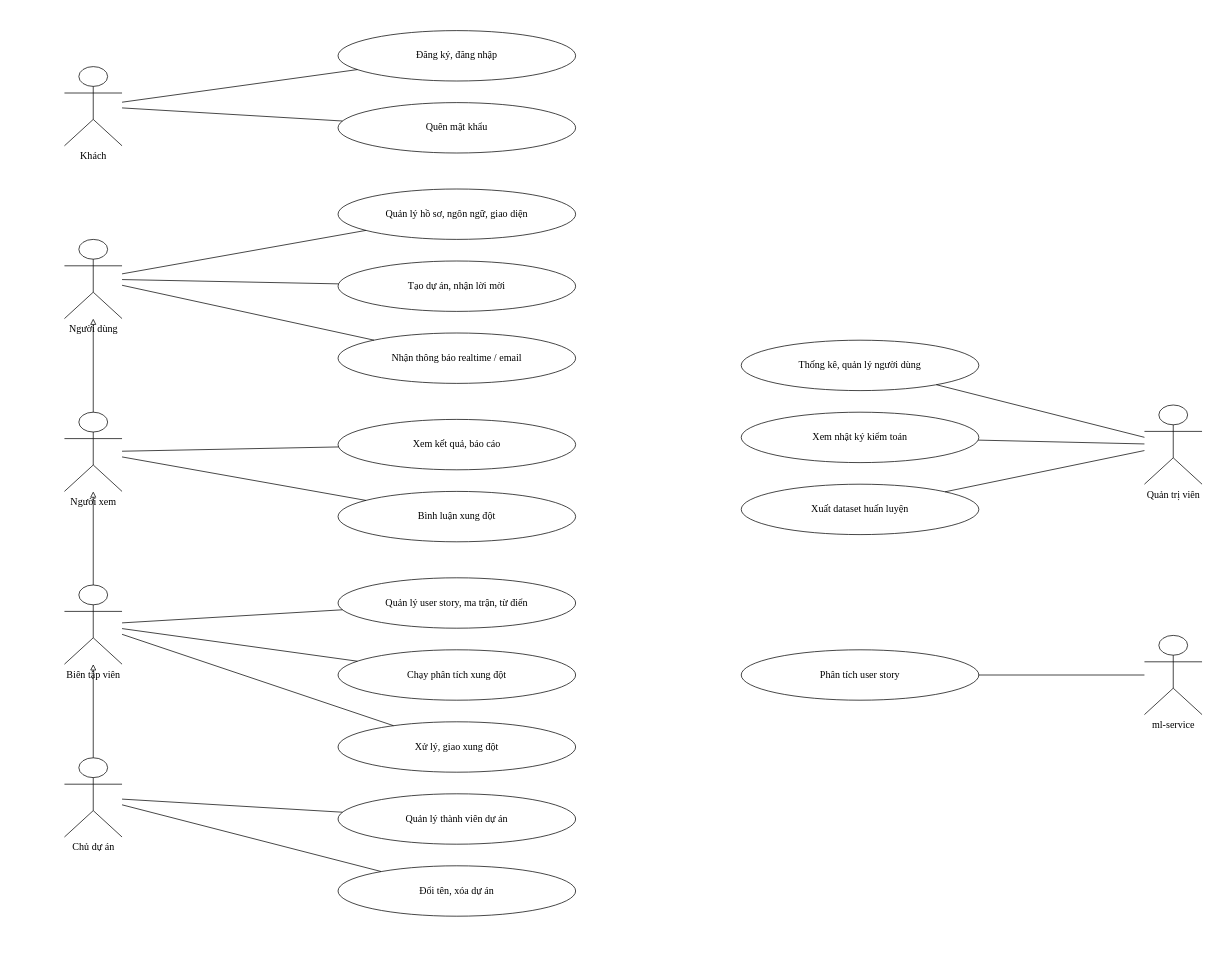
This is page "Hình 2.1. Biểu đồ use case tổng quát" (2 of 29) of docs/bao-cao/bieu-do-bao-cao.drawio from nguyentrongtuyen3101/HYBRID-ACCHECK, a draw.io file, before an edit. Source tidied: cells renumbered, new cells numbered last; positions are measured from the earlier drawing's top-left corner, leaving out a move shared by most shapes. Both pictures are drawn from the tidied source at 72%, with x=0, y=0 at pixel (64, 30).
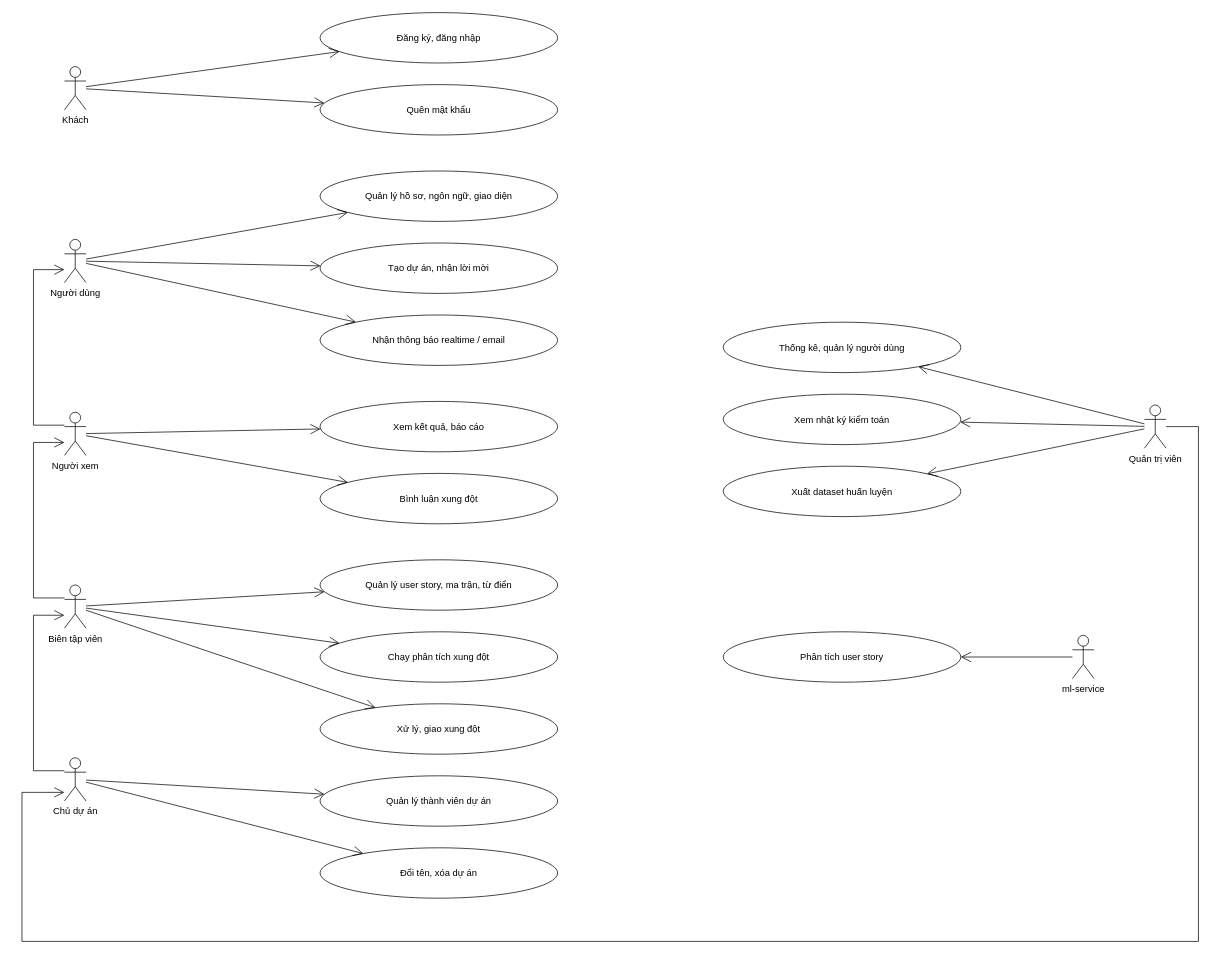
After the change.

Commit message (it also covers changes not shown here):
Báo cáo: vẽ lại 29 biểu đồ theo style UML mẫu mới, cập nhật thư mục reqsentinel

- bieu-do-bao-cao.drawio: use case/hoạt động/trình tự (BCE)/lớp/CSDL/kiến trúc/triển khai
  vẽ lại đen trắng, font mặc định, mũi tên mở; nội dung giữ nguyên
- docx: thay ảnh Hình 1.2, 2.1–2.27, 3.1; tính lại số trang mục lục/danh mục (86 trang)
- sửa 2 câu hướng dẫn triển khai: deploy/ -> reqsentinel/, lệnh ./reqsentinel/up.sh

The edit, as a diff of the source:
```diff
@@
-    <mxCell id="2" value="Khách" style="fontFamily=Times New Roman;fontSize=14;shape=umlActor;verticalLabelPosition=bottom;verticalAlign=top;html=1;outlineConnect=0;" parent="1" vertex="1">
-      <mxGeometry y="50" width="80" height="110" as="geometry" />
+    <mxCell id="2" value="Khách" style="shape=umlActor;verticalLabelPosition=bottom;verticalAlign=top;html=1;outlineConnect=0;fontSize=13;" parent="1" vertex="1">
+      <mxGeometry y="50" width="30" height="60" as="geometry" />
     </mxCell>
-    <mxCell id="3" value="Người dùng" style="fontFamily=Times New Roman;fontSize=14;shape=umlActor;verticalLabelPosition=bottom;verticalAlign=top;html=1;outlineConnect=0;" parent="1" vertex="1">
-      <mxGeometry y="290" width="80" height="110" as="geometry" />
+    <mxCell id="3" value="Người dùng" style="shape=umlActor;verticalLabelPosition=bottom;verticalAlign=top;html=1;outlineConnect=0;fontSize=13;" parent="1" vertex="1">
+      <mxGeometry y="290" width="30" height="60" as="geometry" />
     </mxCell>
-    <mxCell id="4" value="Người xem" style="fontFamily=Times New Roman;fontSize=14;shape=umlActor;verticalLabelPosition=bottom;verticalAlign=top;html=1;outlineConnect=0;" parent="1" vertex="1">
-      <mxGeometry y="530" width="80" height="110" as="geometry" />
+    <mxCell id="4" value="Người xem" style="shape=umlActor;verticalLabelPosition=bottom;verticalAlign=top;html=1;outlineConnect=0;fontSize=13;" parent="1" vertex="1">
+      <mxGeometry y="530" width="30" height="60" as="geometry" />
     </mxCell>
-    <mxCell id="5" value="Biên tập viên" style="fontFamily=Times New Roman;fontSize=14;shape=umlActor;verticalLabelPosition=bottom;verticalAlign=top;html=1;outlineConnect=0;" parent="1" vertex="1">
-      <mxGeometry y="770" width="80" height="110" as="geometry" />
+    <mxCell id="5" value="Biên tập viên" style="shape=umlActor;verticalLabelPosition=bottom;verticalAlign=top;html=1;outlineConnect=0;fontSize=13;" parent="1" vertex="1">
+      <mxGeometry y="770" width="30" height="60" as="geometry" />
     </mxCell>
-    <mxCell id="6" value="Chủ dự án" style="fontFamily=Times New Roman;fontSize=14;shape=umlActor;verticalLabelPosition=bottom;verticalAlign=top;html=1;outlineConnect=0;" parent="1" vertex="1">
-      <mxGeometry y="1010" width="80" height="110" as="geometry" />
+    <mxCell id="6" value="Chủ dự án" style="shape=umlActor;verticalLabelPosition=bottom;verticalAlign=top;html=1;outlineConnect=0;fontSize=13;" parent="1" vertex="1">
+      <mxGeometry y="1010" width="30" height="60" as="geometry" />
     </mxCell>
-    <mxCell id="7" value="Quản trị viên" style="fontFamily=Times New Roman;fontSize=14;shape=umlActor;verticalLabelPosition=bottom;verticalAlign=top;html=1;outlineConnect=0;" parent="1" vertex="1">
-      <mxGeometry x="1500" y="520" width="80" height="110" as="geometry" />
+    <mxCell id="7" value="Quản trị viên" style="shape=umlActor;verticalLabelPosition=bottom;verticalAlign=top;html=1;outlineConnect=0;fontSize=13;" parent="1" vertex="1">
+      <mxGeometry x="1500" y="520" width="30" height="60" as="geometry" />
     </mxCell>
-    <mxCell id="8" value="ml-service" style="fontFamily=Times New Roman;fontSize=14;shape=umlActor;verticalLabelPosition=bottom;verticalAlign=top;html=1;outlineConnect=0;" parent="1" vertex="1">
-      <mxGeometry x="1500" y="840" width="80" height="110" as="geometry" />
+    <mxCell id="8" value="ml-service" style="shape=umlActor;verticalLabelPosition=bottom;verticalAlign=top;html=1;outlineConnect=0;fontSize=13;" parent="1" vertex="1">
+      <mxGeometry x="1400" y="840" width="30" height="60" as="geometry" />
     </mxCell>
-    <mxCell id="9" style="fontFamily=Times New Roman;fontSize=14;edgeStyle=orthogonalEdgeStyle;rounded=0;jettySize=auto;html=1;endArrow=block;endFill=0;strokeColor=#000000;strokeWidth=1;" parent="1" edge="1" source="6" target="5">
-      <mxGeometry relative="1" as="geometry" />
+    <mxCell id="9" style="endArrow=open;endFill=1;endSize=12;html=1;rounded=0;edgeStyle=orthogonalEdgeStyle;exitX=1;exitY=0.5;entryX=0;entryY=0.8;" parent="1" edge="1" source="7" target="6">
+      <mxGeometry relative="1" as="geometry">
+        <Array as="points">
+          <mxPoint x="1575" y="550" />
+          <mxPoint x="1575" y="1265" />
+          <mxPoint x="-59" y="1265" />
+          <mxPoint x="-59" y="1058" />
+        </Array>
+      </mxGeometry>
     </mxCell>
-    <mxCell id="10" style="fontFamily=Times New Roman;fontSize=14;edgeStyle=orthogonalEdgeStyle;rounded=0;jettySize=auto;html=1;endArrow=block;endFill=0;strokeColor=#000000;strokeWidth=1;" parent="1" edge="1" source="5" target="4">
-      <mxGeometry relative="1" as="geometry" />
+    <mxCell id="10" style="endArrow=open;endFill=1;endSize=12;html=1;rounded=0;edgeStyle=orthogonalEdgeStyle;exitX=0;exitY=0.3;entryX=0;entryY=0.7;" parent="1" edge="1" source="6" target="5">
+      <mxGeometry relative="1" as="geometry">
+        <Array as="points">
+          <mxPoint x="-43" y="1028" />
+          <mxPoint x="-43" y="812" />
+        </Array>
+      </mxGeometry>
     </mxCell>
-    <mxCell id="11" style="fontFamily=Times New Roman;fontSize=14;edgeStyle=orthogonalEdgeStyle;rounded=0;jettySize=auto;html=1;endArrow=block;endFill=0;strokeColor=#000000;strokeWidth=1;" parent="1" edge="1" source="4" target="3">
-      <mxGeometry relative="1" as="geometry" />
+    <mxCell id="11" style="endArrow=open;endFill=1;endSize=12;html=1;rounded=0;edgeStyle=orthogonalEdgeStyle;exitX=0;exitY=0.3;entryX=0;entryY=0.7;" parent="1" edge="1" source="5" target="4">
+      <mxGeometry relative="1" as="geometry">
+        <Array as="points">
+          <mxPoint x="-43" y="788" />
+          <mxPoint x="-43" y="572" />
+        </Array>
+      </mxGeometry>
     </mxCell>
-    <mxCell id="12" value="Đăng ký, đăng nhập" style="fontFamily=Times New Roman;fontSize=14;whiteSpace=wrap;html=1;align=center;verticalAlign=middle;ellipse;fillColor=#ffffff;strokeColor=#000000;strokeWidth=1;" parent="1" vertex="1">
-      <mxGeometry x="380" width="330" height="70" as="geometry" />
+    <mxCell id="12" style="endArrow=open;endFill=1;endSize=12;html=1;rounded=0;edgeStyle=orthogonalEdgeStyle;exitX=0;exitY=0.3;entryX=0;entryY=0.7;" parent="1" edge="1" source="4" target="3">
+      <mxGeometry relative="1" as="geometry">
+        <Array as="points">
+          <mxPoint x="-43" y="548" />
+          <mxPoint x="-43" y="332" />
+        </Array>
+      </mxGeometry>
     </mxCell>
-    <mxCell id="13" style="fontFamily=Times New Roman;fontSize=14;rounded=0;jettySize=auto;html=1;endArrow=none;strokeColor=#000000;strokeWidth=1;" parent="1" edge="1" source="2" target="12">
-      <mxGeometry relative="1" as="geometry" />
+    <mxCell id="13" value="Đăng ký, đăng nhập" style="ellipse;whiteSpace=wrap;html=1;fontSize=13;" parent="1" vertex="1">
+      <mxGeometry x="355" y="-25" width="330" height="70" as="geometry" />
     </mxCell>
-    <mxCell id="14" value="Quên mật khẩu" style="fontFamily=Times New Roman;fontSize=14;whiteSpace=wrap;html=1;align=center;verticalAlign=middle;ellipse;fillColor=#ffffff;strokeColor=#000000;strokeWidth=1;" parent="1" vertex="1">
-      <mxGeometry x="380" y="100" width="330" height="70" as="geometry" />
+    <mxCell id="14" style="endArrow=open;endFill=1;endSize=12;html=1;rounded=0;fontSize=13;" parent="1" edge="1" source="2" target="13">
+      <mxGeometry relative="1" as="geometry" />
     </mxCell>
-    <mxCell id="15" style="fontFamily=Times New Roman;fontSize=14;rounded=0;jettySize=auto;html=1;endArrow=none;strokeColor=#000000;strokeWidth=1;" parent="1" edge="1" source="2" target="14">
-      <mxGeometry relative="1" as="geometry" />
+    <mxCell id="15" value="Quên mật khẩu" style="ellipse;whiteSpace=wrap;html=1;fontSize=13;" parent="1" vertex="1">
+      <mxGeometry x="355" y="75" width="330" height="70" as="geometry" />
     </mxCell>
-    <mxCell id="16" value="Quản lý hồ sơ, ngôn ngữ, giao diện" style="fontFamily=Times New Roman;fontSize=14;whiteSpace=wrap;html=1;align=center;verticalAlign=middle;ellipse;fillColor=#ffffff;strokeColor=#000000;strokeWidth=1;" parent="1" vertex="1">
-      <mxGeometry x="380" y="220" width="330" height="70" as="geometry" />
+    <mxCell id="16" style="endArrow=open;endFill=1;endSize=12;html=1;rounded=0;fontSize=13;" parent="1" edge="1" source="2" target="15">
+      <mxGeometry relative="1" as="geometry" />
     </mxCell>
-    <mxCell id="17" style="fontFamily=Times New Roman;fontSize=14;rounded=0;jettySize=auto;html=1;endArrow=none;strokeColor=#000000;strokeWidth=1;" parent="1" edge="1" source="3" target="16">
-      <mxGeometry relative="1" as="geometry" />
+    <mxCell id="17" value="Quản lý hồ sơ, ngôn ngữ, giao diện" style="ellipse;whiteSpace=wrap;html=1;fontSize=13;" parent="1" vertex="1">
+      <mxGeometry x="355" y="195" width="330" height="70" as="geometry" />
     </mxCell>
-    <mxCell id="18" value="Tạo dự án, nhận lời mời" style="fontFamily=Times New Roman;fontSize=14;whiteSpace=wrap;html=1;align=center;verticalAlign=middle;ellipse;fillColor=#ffffff;strokeColor=#000000;strokeWidth=1;" parent="1" vertex="1">
-      <mxGeometry x="380" y="320" width="330" height="70" as="geometry" />
+    <mxCell id="18" style="endArrow=open;endFill=1;endSize=12;html=1;rounded=0;fontSize=13;" parent="1" edge="1" source="3" target="17">
+      <mxGeometry relative="1" as="geometry" />
     </mxCell>
-    <mxCell id="19" style="fontFamily=Times New Roman;fontSize=14;rounded=0;jettySize=auto;html=1;endArrow=none;strokeColor=#000000;strokeWidth=1;" parent="1" edge="1" source="3" target="18">
-      <mxGeometry relative="1" as="geometry" />
+    <mxCell id="19" value="Tạo dự án, nhận lời mời" style="ellipse;whiteSpace=wrap;html=1;fontSize=13;" parent="1" vertex="1">
+      <mxGeometry x="355" y="295" width="330" height="70" as="geometry" />
     </mxCell>
-    <mxCell id="20" value="Nhận thông báo realtime / email" style="fontFamily=Times New Roman;fontSize=14;whiteSpace=wrap;html=1;align=center;verticalAlign=middle;ellipse;fillColor=#ffffff;strokeColor=#000000;strokeWidth=1;" parent="1" vertex="1">
-      <mxGeometry x="380" y="420" width="330" height="70" as="geometry" />
+    <mxCell id="20" style="endArrow=open;endFill=1;endSize=12;html=1;rounded=0;fontSize=13;" parent="1" edge="1" source="3" target="19">
+      <mxGeometry relative="1" as="geometry" />
     </mxCell>
-    <mxCell id="21" style="fontFamily=Times New Roman;fontSize=14;rounded=0;jettySize=auto;html=1;endArrow=none;strokeColor=#000000;strokeWidth=1;" parent="1" edge="1" source="3" target="20">
-      <mxGeometry relative="1" as="geometry" />
+    <mxCell id="21" value="Nhận thông báo realtime / email" style="ellipse;whiteSpace=wrap;html=1;fontSize=13;" parent="1" vertex="1">
+      <mxGeometry x="355" y="395" width="330" height="70" as="geometry" />
     </mxCell>
-    <mxCell id="22" value="Xem kết quả, báo cáo" style="fontFamily=Times New Roman;fontSize=14;whiteSpace=wrap;html=1;align=center;verticalAlign=middle;ellipse;fillColor=#ffffff;strokeColor=#000000;strokeWidth=1;" parent="1" vertex="1">
-      <mxGeometry x="380" y="540" width="330" height="70" as="geometry" />
+    <mxCell id="22" style="endArrow=open;endFill=1;endSize=12;html=1;rounded=0;fontSize=13;" parent="1" edge="1" source="3" target="21">
+      <mxGeometry relative="1" as="geometry" />
     </mxCell>
-    <mxCell id="23" style="fontFamily=Times New Roman;fontSize=14;rounded=0;jettySize=auto;html=1;endArrow=none;strokeColor=#000000;strokeWidth=1;" parent="1" edge="1" source="4" target="22">
-      <mxGeometry relative="1" as="geometry" />
+    <mxCell id="23" value="Xem kết quả, báo cáo" style="ellipse;whiteSpace=wrap;html=1;fontSize=13;" parent="1" vertex="1">
+      <mxGeometry x="355" y="515" width="330" height="70" as="geometry" />
     </mxCell>
-    <mxCell id="24" value="Bình luận xung đột" style="fontFamily=Times New Roman;fontSize=14;whiteSpace=wrap;html=1;align=center;verticalAlign=middle;ellipse;fillColor=#ffffff;strokeColor=#000000;strokeWidth=1;" parent="1" vertex="1">
-      <mxGeometry x="380" y="640" width="330" height="70" as="geometry" />
+    <mxCell id="24" style="endArrow=open;endFill=1;endSize=12;html=1;rounded=0;fontSize=13;" parent="1" edge="1" source="4" target="23">
+      <mxGeometry relative="1" as="geometry" />
     </mxCell>
-    <mxCell id="25" style="fontFamily=Times New Roman;fontSize=14;rounded=0;jettySize=auto;html=1;endArrow=none;strokeColor=#000000;strokeWidth=1;" parent="1" edge="1" source="4" target="24">
-      <mxGeometry relative="1" as="geometry" />
+    <mxCell id="25" value="Bình luận xung đột" style="ellipse;whiteSpace=wrap;html=1;fontSize=13;" parent="1" vertex="1">
+      <mxGeometry x="355" y="615" width="330" height="70" as="geometry" />
     </mxCell>
-    <mxCell id="26" value="Quản lý user story, ma trận, từ điển" style="fontFamily=Times New Roman;fontSize=14;whiteSpace=wrap;html=1;align=center;verticalAlign=middle;ellipse;fillColor=#ffffff;strokeColor=#000000;strokeWidth=1;" parent="1" vertex="1">
-      <mxGeometry x="380" y="760" width="330" height="70" as="geometry" />
+    <mxCell id="26" style="endArrow=open;endFill=1;endSize=12;html=1;rounded=0;fontSize=13;" parent="1" edge="1" source="4" target="25">
+      <mxGeometry relative="1" as="geometry" />
     </mxCell>
-    <mxCell id="27" style="fontFamily=Times New Roman;fontSize=14;rounded=0;jettySize=auto;html=1;endArrow=none;strokeColor=#000000;strokeWidth=1;" parent="1" edge="1" source="5" target="26">
-      <mxGeometry relative="1" as="geometry" />
+    <mxCell id="27" value="Quản lý user story, ma trận, từ điển" style="ellipse;whiteSpace=wrap;html=1;fontSize=13;" parent="1" vertex="1">
+      <mxGeometry x="355" y="735" width="330" height="70" as="geometry" />
     </mxCell>
-    <mxCell id="28" value="Chạy phân tích xung đột" style="fontFamily=Times New Roman;fontSize=14;whiteSpace=wrap;html=1;align=center;verticalAlign=middle;ellipse;fillColor=#ffffff;strokeColor=#000000;strokeWidth=1;" parent="1" vertex="1">
-      <mxGeometry x="380" y="860" width="330" height="70" as="geometry" />
+    <mxCell id="28" style="endArrow=open;endFill=1;endSize=12;html=1;rounded=0;fontSize=13;" parent="1" edge="1" source="5" target="27">
+      <mxGeometry relative="1" as="geometry" />
     </mxCell>
-    <mxCell id="29" style="fontFamily=Times New Roman;fontSize=14;rounded=0;jettySize=auto;html=1;endArrow=none;strokeColor=#000000;strokeWidth=1;" parent="1" edge="1" source="5" target="28">
-      <mxGeometry relative="1" as="geometry" />
+    <mxCell id="29" value="Chạy phân tích xung đột" style="ellipse;whiteSpace=wrap;html=1;fontSize=13;" parent="1" vertex="1">
+      <mxGeometry x="355" y="835" width="330" height="70" as="geometry" />
     </mxCell>
-    <mxCell id="30" value="Xử lý, giao xung đột" style="fontFamily=Times New Roman;fontSize=14;whiteSpace=wrap;html=1;align=center;verticalAlign=middle;ellipse;fillColor=#ffffff;strokeColor=#000000;strokeWidth=1;" parent="1" vertex="1">
-      <mxGeometry x="380" y="960" width="330" height="70" as="geometry" />
+    <mxCell id="30" style="endArrow=open;endFill=1;endSize=12;html=1;rounded=0;fontSize=13;" parent="1" edge="1" source="5" target="29">
+      <mxGeometry relative="1" as="geometry" />
     </mxCell>
-    <mxCell id="31" style="fontFamily=Times New Roman;fontSize=14;rounded=0;jettySize=auto;html=1;endArrow=none;strokeColor=#000000;strokeWidth=1;" parent="1" edge="1" source="5" target="30">
-      <mxGeometry relative="1" as="geometry" />
+    <mxCell id="31" value="Xử lý, giao xung đột" style="ellipse;whiteSpace=wrap;html=1;fontSize=13;" parent="1" vertex="1">
+      <mxGeometry x="355" y="935" width="330" height="70" as="geometry" />
     </mxCell>
-    <mxCell id="32" value="Quản lý thành viên dự án" style="fontFamily=Times New Roman;fontSize=14;whiteSpace=wrap;html=1;align=center;verticalAlign=middle;ellipse;fillColor=#ffffff;strokeColor=#000000;strokeWidth=1;" parent="1" vertex="1">
-      <mxGeometry x="380" y="1060" width="330" height="70" as="geometry" />
+    <mxCell id="32" style="endArrow=open;endFill=1;endSize=12;html=1;rounded=0;fontSize=13;" parent="1" edge="1" source="5" target="31">
+      <mxGeometry relative="1" as="geometry" />
     </mxCell>
-    <mxCell id="33" style="fontFamily=Times New Roman;fontSize=14;rounded=0;jettySize=auto;html=1;endArrow=none;strokeColor=#000000;strokeWidth=1;" parent="1" edge="1" source="6" target="32">
-      <mxGeometry relative="1" as="geometry" />
+    <mxCell id="33" value="Quản lý thành viên dự án" style="ellipse;whiteSpace=wrap;html=1;fontSize=13;" parent="1" vertex="1">
+      <mxGeometry x="355" y="1035" width="330" height="70" as="geometry" />
     </mxCell>
-    <mxCell id="34" value="Đổi tên, xóa dự án" style="fontFamily=Times New Roman;fontSize=14;whiteSpace=wrap;html=1;align=center;verticalAlign=middle;ellipse;fillColor=#ffffff;strokeColor=#000000;strokeWidth=1;" parent="1" vertex="1">
-      <mxGeometry x="380" y="1160" width="330" height="70" as="geometry" />
+    <mxCell id="34" style="endArrow=open;endFill=1;endSize=12;html=1;rounded=0;fontSize=13;" parent="1" edge="1" source="6" target="33">
+      <mxGeometry relative="1" as="geometry" />
     </mxCell>
-    <mxCell id="35" style="fontFamily=Times New Roman;fontSize=14;rounded=0;jettySize=auto;html=1;endArrow=none;strokeColor=#000000;strokeWidth=1;" parent="1" edge="1" source="6" target="34">
-      <mxGeometry relative="1" as="geometry" />
+    <mxCell id="35" value="Đổi tên, xóa dự án" style="ellipse;whiteSpace=wrap;html=1;fontSize=13;" parent="1" vertex="1">
+      <mxGeometry x="355" y="1135" width="330" height="70" as="geometry" />
     </mxCell>
-    <mxCell id="36" value="Thống kê, quản lý người dùng" style="fontFamily=Times New Roman;fontSize=14;whiteSpace=wrap;html=1;align=center;verticalAlign=middle;ellipse;fillColor=#ffffff;strokeColor=#000000;strokeWidth=1;" parent="1" vertex="1">
-      <mxGeometry x="940" y="430" width="330" height="70" as="geometry" />
+    <mxCell id="36" style="endArrow=open;endFill=1;endSize=12;html=1;rounded=0;fontSize=13;" parent="1" edge="1" source="6" target="35">
+      <mxGeometry relative="1" as="geometry" />
     </mxCell>
-    <mxCell id="37" style="fontFamily=Times New Roman;fontSize=14;rounded=0;jettySize=auto;html=1;endArrow=none;strokeColor=#000000;strokeWidth=1;" parent="1" edge="1" source="7" target="36">
-      <mxGeometry relative="1" as="geometry" />
+    <mxCell id="37" value="Thống kê, quản lý người dùng" style="ellipse;whiteSpace=wrap;html=1;fontSize=13;" parent="1" vertex="1">
+      <mxGeometry x="915" y="405" width="330" height="70" as="geometry" />
     </mxCell>
-    <mxCell id="38" value="Xem nhật ký kiểm toán" style="fontFamily=Times New Roman;fontSize=14;whiteSpace=wrap;html=1;align=center;verticalAlign=middle;ellipse;fillColor=#ffffff;strokeColor=#000000;strokeWidth=1;" parent="1" vertex="1">
-      <mxGeometry x="940" y="530" width="330" height="70" as="geometry" />
+    <mxCell id="38" style="endArrow=open;endFill=1;endSize=12;html=1;rounded=0;fontSize=13;" parent="1" edge="1" source="7" target="37">
+      <mxGeometry relative="1" as="geometry" />
     </mxCell>
-    <mxCell id="39" style="fontFamily=Times New Roman;fontSize=14;rounded=0;jettySize=auto;html=1;endArrow=none;strokeColor=#000000;strokeWidth=1;" parent="1" edge="1" source="7" target="38">
-      <mxGeometry relative="1" as="geometry" />
+    <mxCell id="39" value="Xem nhật ký kiểm toán" style="ellipse;whiteSpace=wrap;html=1;fontSize=13;" parent="1" vertex="1">
+      <mxGeometry x="915" y="505" width="330" height="70" as="geometry" />
     </mxCell>
-    <mxCell id="40" value="Xuất dataset huấn luyện" style="fontFamily=Times New Roman;fontSize=14;whiteSpace=wrap;html=1;align=center;verticalAlign=middle;ellipse;fillColor=#ffffff;strokeColor=#000000;strokeWidth=1;" parent="1" vertex="1">
-      <mxGeometry x="940" y="630" width="330" height="70" as="geometry" />
+    <mxCell id="40" style="endArrow=open;endFill=1;endSize=12;html=1;rounded=0;fontSize=13;" parent="1" edge="1" source="7" target="39">
+      <mxGeometry relative="1" as="geometry" />
     </mxCell>
-    <mxCell id="41" style="fontFamily=Times New Roman;fontSize=14;rounded=0;jettySize=auto;html=1;endArrow=none;strokeColor=#000000;strokeWidth=1;" parent="1" edge="1" source="7" target="40">
-      <mxGeometry relative="1" as="geometry" />
+    <mxCell id="41" value="Xuất dataset huấn luyện" style="ellipse;whiteSpace=wrap;html=1;fontSize=13;" parent="1" vertex="1">
+      <mxGeometry x="915" y="605" width="330" height="70" as="geometry" />
     </mxCell>
-    <mxCell id="42" value="Phân tích user story" style="fontFamily=Times New Roman;fontSize=14;whiteSpace=wrap;html=1;align=center;verticalAlign=middle;ellipse;fillColor=#ffffff;strokeColor=#000000;strokeWidth=1;" parent="1" vertex="1">
-      <mxGeometry x="940" y="860" width="330" height="70" as="geometry" />
+    <mxCell id="42" style="endArrow=open;endFill=1;endSize=12;html=1;rounded=0;fontSize=13;" parent="1" edge="1" source="7" target="41">
+      <mxGeometry relative="1" as="geometry" />
     </mxCell>
-    <mxCell id="43" style="fontFamily=Times New Roman;fontSize=14;rounded=0;jettySize=auto;html=1;endArrow=none;strokeColor=#000000;strokeWidth=1;" parent="1" edge="1" source="8" target="42">
-      <mxGeometry relative="1" as="geometry" />
+    <mxCell id="43" value="Phân tích user story" style="ellipse;whiteSpace=wrap;html=1;fontSize=13;" parent="1" vertex="1">
+      <mxGeometry x="915" y="835" width="330" height="70" as="geometry" />
     </mxCell>
+    <mxCell id="44" style="endArrow=open;endFill=1;endSize=12;html=1;rounded=0;fontSize=13;" parent="1" edge="1" source="8" target="43">
+      <mxGeometry relative="1" as="geometry" />
+    </mxCell>
```
